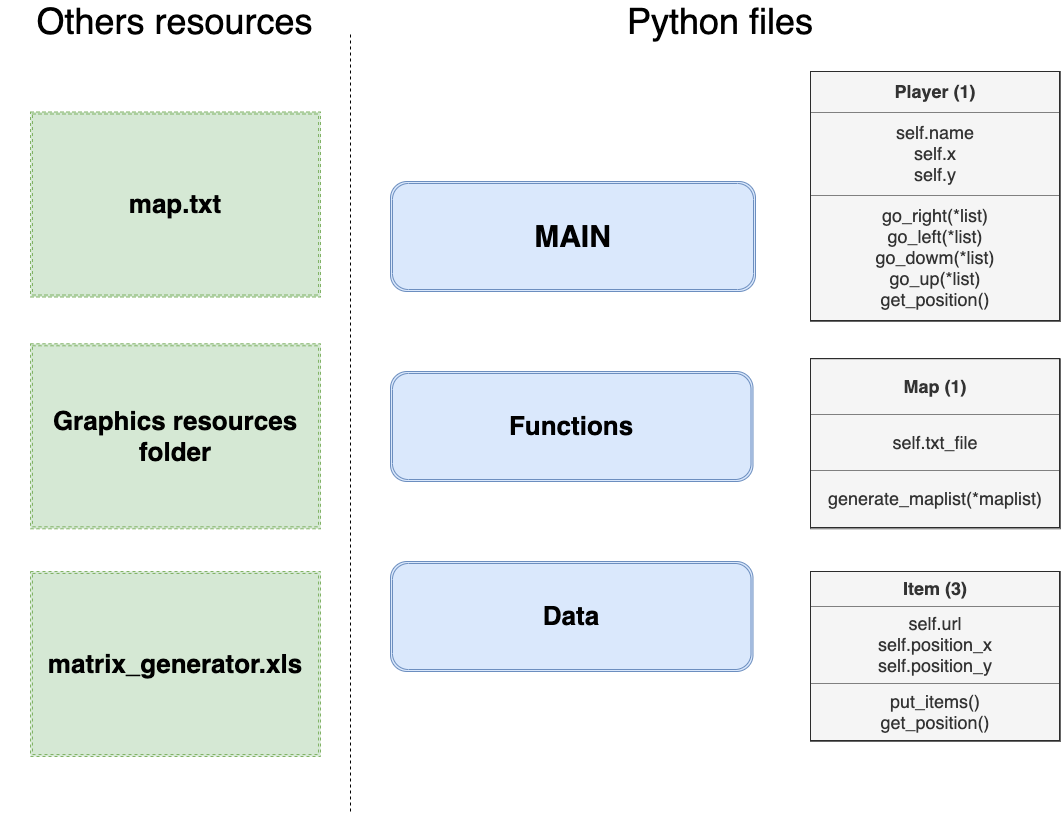
Before: resources/quick_description.png, a diagram exported from draw.io (CamClrt/labyrinth). Source tidied: cells renumbered, new cells last; positions are measured from the earlier drawing's top-left corner, leaving out a move shared by most shapes.
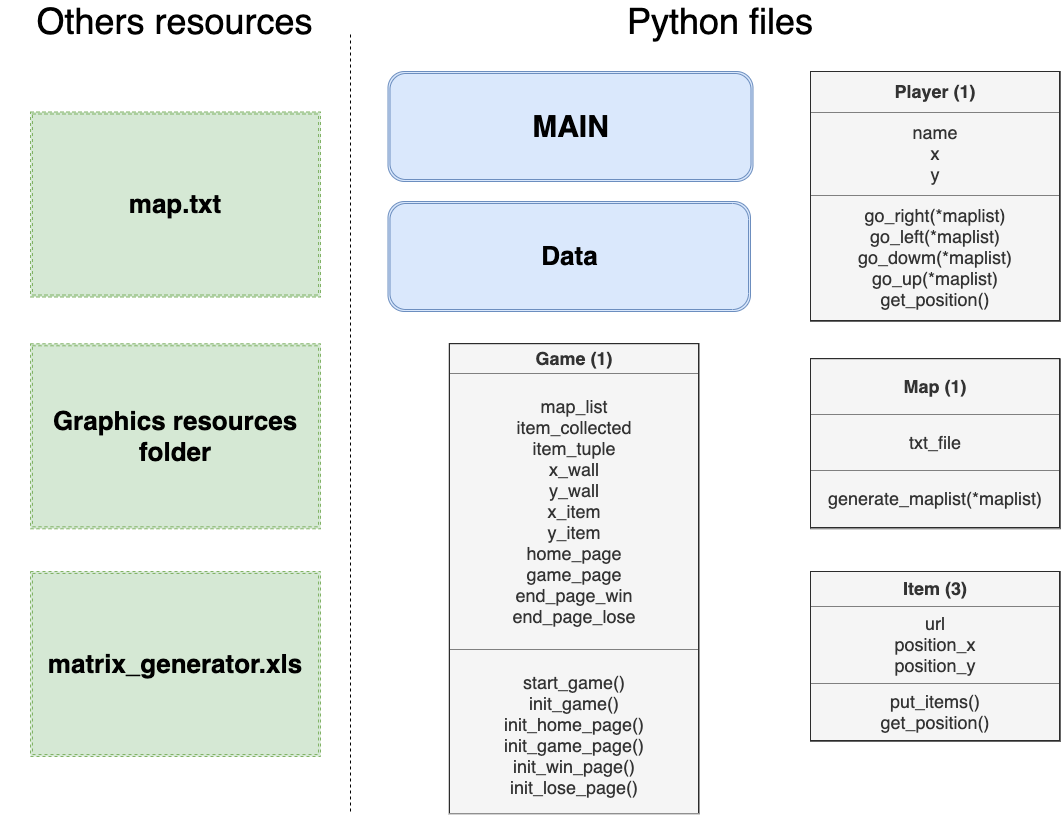
After the commit.

Commit message:
update quick_description with game class and delete function on the diagram

The edit, as a diff of the source:
```diff
@@ -2,13 +2,13 @@
   <root>
     <mxCell id="0" />
     <mxCell id="1" parent="0" />
-    <mxCell id="2" value="&lt;table border=&quot;1&quot; width=&quot;100%&quot; cellpadding=&quot;4&quot; style=&quot;width: 100% ; height: 100% ; border-collapse: collapse ; font-size: 18px&quot;&gt;&lt;tbody&gt;&lt;tr&gt;&lt;th align=&quot;center&quot;&gt;Player (1)&lt;/th&gt;&lt;/tr&gt;&lt;tr&gt;&lt;td align=&quot;center&quot;&gt;self.name&lt;br&gt;self.x&lt;br&gt;self.y&lt;/td&gt;&lt;/tr&gt;&lt;tr&gt;&lt;td align=&quot;center&quot;&gt;go_right(*list)&lt;br&gt;go_left(*list)&lt;br&gt;go_dowm(*list)&lt;br&gt;go_up(*list)&lt;br&gt;get_position()&lt;/td&gt;&lt;/tr&gt;&lt;/tbody&gt;&lt;/table&gt;" style="text;html=1;overflow=fill;fillColor=#f5f5f5;strokeColor=#666666;fontColor=#333333;" parent="1" vertex="1">
+    <mxCell id="2" value="&lt;table border=&quot;1&quot; width=&quot;100%&quot; cellpadding=&quot;4&quot; style=&quot;width: 100% ; height: 100% ; border-collapse: collapse ; font-size: 18px&quot;&gt;&lt;tbody&gt;&lt;tr&gt;&lt;th align=&quot;center&quot;&gt;Player (1)&lt;/th&gt;&lt;/tr&gt;&lt;tr&gt;&lt;td align=&quot;center&quot;&gt;name&lt;br&gt;x&lt;br&gt;y&lt;/td&gt;&lt;/tr&gt;&lt;tr&gt;&lt;td align=&quot;center&quot;&gt;go_right(*maplist)&lt;br&gt;go_left(*maplist)&lt;br&gt;go_dowm(*maplist)&lt;br&gt;go_up(*maplist)&lt;br&gt;get_position()&lt;/td&gt;&lt;/tr&gt;&lt;/tbody&gt;&lt;/table&gt;" style="text;html=1;overflow=fill;fillColor=#f5f5f5;strokeColor=#666666;fontColor=#333333;" parent="1" vertex="1">
       <mxGeometry x="810" y="60" width="250" height="250" as="geometry" />
     </mxCell>
-    <mxCell id="3" value="&lt;table border=&quot;1&quot; width=&quot;100%&quot; cellpadding=&quot;4&quot; style=&quot;width: 100% ; height: 100% ; border-collapse: collapse ; font-size: 18px&quot;&gt;&lt;tbody&gt;&lt;tr&gt;&lt;th align=&quot;center&quot;&gt;Map (1)&lt;/th&gt;&lt;/tr&gt;&lt;tr&gt;&lt;td align=&quot;center&quot;&gt;self.txt_file&lt;br&gt;&lt;/td&gt;&lt;/tr&gt;&lt;tr&gt;&lt;td align=&quot;center&quot;&gt;generate_maplist(*maplist)&lt;/td&gt;&lt;/tr&gt;&lt;/tbody&gt;&lt;/table&gt;" style="text;html=1;overflow=fill;fillColor=#f5f5f5;strokeColor=#666666;fontColor=#333333;" parent="1" vertex="1">
+    <mxCell id="3" value="&lt;table border=&quot;1&quot; width=&quot;100%&quot; cellpadding=&quot;4&quot; style=&quot;width: 100% ; height: 100% ; border-collapse: collapse ; font-size: 18px&quot;&gt;&lt;tbody&gt;&lt;tr&gt;&lt;th align=&quot;center&quot;&gt;Map (1)&lt;/th&gt;&lt;/tr&gt;&lt;tr&gt;&lt;td align=&quot;center&quot;&gt;txt_file&lt;br&gt;&lt;/td&gt;&lt;/tr&gt;&lt;tr&gt;&lt;td align=&quot;center&quot;&gt;generate_maplist(*maplist)&lt;/td&gt;&lt;/tr&gt;&lt;/tbody&gt;&lt;/table&gt;" style="text;html=1;overflow=fill;fillColor=#f5f5f5;strokeColor=#666666;fontColor=#333333;" parent="1" vertex="1">
       <mxGeometry x="810" y="347.3" width="250" height="170" as="geometry" />
     </mxCell>
-    <mxCell id="4" value="&lt;table border=&quot;1&quot; width=&quot;100%&quot; cellpadding=&quot;4&quot; style=&quot;width: 100% ; height: 100% ; border-collapse: collapse ; font-size: 18px&quot;&gt;&lt;tbody&gt;&lt;tr&gt;&lt;th align=&quot;center&quot;&gt;Item (3)&lt;/th&gt;&lt;/tr&gt;&lt;tr&gt;&lt;td align=&quot;center&quot;&gt;self.url&lt;br&gt;self.position_x&lt;br&gt;self.position_y&lt;br&gt;&lt;/td&gt;&lt;/tr&gt;&lt;tr&gt;&lt;td align=&quot;center&quot;&gt;put_items()&lt;br&gt;get_position()&lt;/td&gt;&lt;/tr&gt;&lt;/tbody&gt;&lt;/table&gt;" style="text;html=1;overflow=fill;fillColor=#f5f5f5;strokeColor=#666666;fontColor=#333333;" parent="1" vertex="1">
+    <mxCell id="4" value="&lt;table border=&quot;1&quot; width=&quot;100%&quot; cellpadding=&quot;4&quot; style=&quot;width: 100% ; height: 100% ; border-collapse: collapse ; font-size: 18px&quot;&gt;&lt;tbody&gt;&lt;tr&gt;&lt;th align=&quot;center&quot;&gt;Item (3)&lt;/th&gt;&lt;/tr&gt;&lt;tr&gt;&lt;td align=&quot;center&quot;&gt;url&lt;br&gt;position_x&lt;br&gt;position_y&lt;br&gt;&lt;/td&gt;&lt;/tr&gt;&lt;tr&gt;&lt;td align=&quot;center&quot;&gt;put_items()&lt;br&gt;get_position()&lt;/td&gt;&lt;/tr&gt;&lt;/tbody&gt;&lt;/table&gt;" style="text;html=1;overflow=fill;fillColor=#f5f5f5;strokeColor=#666666;fontColor=#333333;" parent="1" vertex="1">
       <mxGeometry x="810" y="560" width="250" height="170" as="geometry" />
     </mxCell>
     <mxCell id="5" value="&lt;font style=&quot;font-size: 26px&quot;&gt;&lt;b&gt;Graphics r&lt;/b&gt;&lt;/font&gt;&lt;b style=&quot;font-size: 26px&quot;&gt;esources&lt;br&gt;folder&lt;br&gt;&lt;/b&gt;" style="shape=ext;double=1;rounded=0;whiteSpace=wrap;html=1;dashed=1;fillColor=#d5e8d4;strokeColor=#82b366;" parent="1" vertex="1">
@@ -17,14 +17,11 @@
     <mxCell id="6" value="&lt;font style=&quot;font-size: 26px&quot;&gt;&lt;b&gt;map.txt&lt;/b&gt;&lt;/font&gt;" style="shape=ext;double=1;rounded=0;whiteSpace=wrap;html=1;dashed=1;fillColor=#d5e8d4;strokeColor=#82b366;" parent="1" vertex="1">
       <mxGeometry x="30" y="100.5" width="290" height="185" as="geometry" />
     </mxCell>
-    <mxCell id="7" value="&lt;font style=&quot;font-size: 26px&quot;&gt;&lt;b&gt;Functions&lt;/b&gt;&lt;/font&gt;" style="shape=ext;double=1;rounded=1;whiteSpace=wrap;html=1;fillColor=#dae8fc;strokeColor=#6c8ebf;" parent="1" vertex="1">
-      <mxGeometry x="390" y="360" width="362.5" height="110" as="geometry" />
-    </mxCell>
     <mxCell id="8" value="&lt;font style=&quot;font-size: 30px&quot;&gt;&lt;b&gt;MAIN&lt;/b&gt;&lt;/font&gt;" style="shape=ext;double=1;rounded=1;whiteSpace=wrap;html=1;fillColor=#dae8fc;strokeColor=#6c8ebf;" parent="1" vertex="1">
-      <mxGeometry x="390" y="170" width="365" height="110" as="geometry" />
+      <mxGeometry x="387.5" y="60" width="365" height="110" as="geometry" />
     </mxCell>
     <mxCell id="9" value="&lt;font style=&quot;font-size: 26px&quot;&gt;&lt;b&gt;Data&lt;/b&gt;&lt;/font&gt;" style="shape=ext;double=1;rounded=1;whiteSpace=wrap;html=1;fillColor=#dae8fc;strokeColor=#6c8ebf;" parent="1" vertex="1">
-      <mxGeometry x="390" y="550" width="362.5" height="110" as="geometry" />
+      <mxGeometry x="387.5" y="190" width="362.5" height="110" as="geometry" />
     </mxCell>
     <mxCell id="10" style="endArrow=none;dashed=1;html=1;" parent="1" edge="1">
       <mxGeometry relative="1" as="geometry">
@@ -41,5 +38,8 @@
     <mxCell id="13" value="&lt;font style=&quot;font-size: 36px&quot;&gt;Others resources&lt;/font&gt;" style="text;html=1;strokeColor=none;fillColor=none;align=center;verticalAlign=middle;whiteSpace=wrap;rounded=0;" parent="1" vertex="1">
       <mxGeometry width="349" height="20" as="geometry" />
     </mxCell>
+    <mxCell id="14" value="&lt;table border=&quot;1&quot; width=&quot;100%&quot; cellpadding=&quot;4&quot; style=&quot;width: 100% ; height: 100% ; border-collapse: collapse ; font-size: 18px&quot;&gt;&lt;tbody&gt;&lt;tr&gt;&lt;th align=&quot;center&quot;&gt;Game (1)&lt;/th&gt;&lt;/tr&gt;&lt;tr&gt;&lt;td align=&quot;center&quot;&gt;&lt;blockquote&gt;map_list&lt;br&gt;item_collected&lt;br&gt;item_tuple&lt;br&gt;x_wall&lt;br&gt;y_wall&lt;br&gt;x_item&lt;br&gt;y_item&lt;br&gt;home_page&lt;br&gt;game_page&lt;br&gt;end_page_win&lt;br&gt;end_page_lose&lt;/blockquote&gt;&lt;/td&gt;&lt;/tr&gt;&lt;tr&gt;&lt;td align=&quot;center&quot;&gt;&lt;blockquote&gt;start_game()&lt;br&gt;init_game()&lt;br&gt;init_home_page()&lt;br&gt;init_game_page()&lt;br&gt;init_win_page()&lt;br&gt;init_lose_page()&lt;/blockquote&gt;&lt;/td&gt;&lt;/tr&gt;&lt;/tbody&gt;&lt;/table&gt;" style="text;html=1;overflow=fill;fillColor=#f5f5f5;strokeColor=#666666;fontColor=#333333;" parent="1" vertex="1">
+      <mxGeometry x="448.7" y="332.3" width="250" height="470" as="geometry" />
+    </mxCell>
   </root>
 </mxGraphModel>
```
